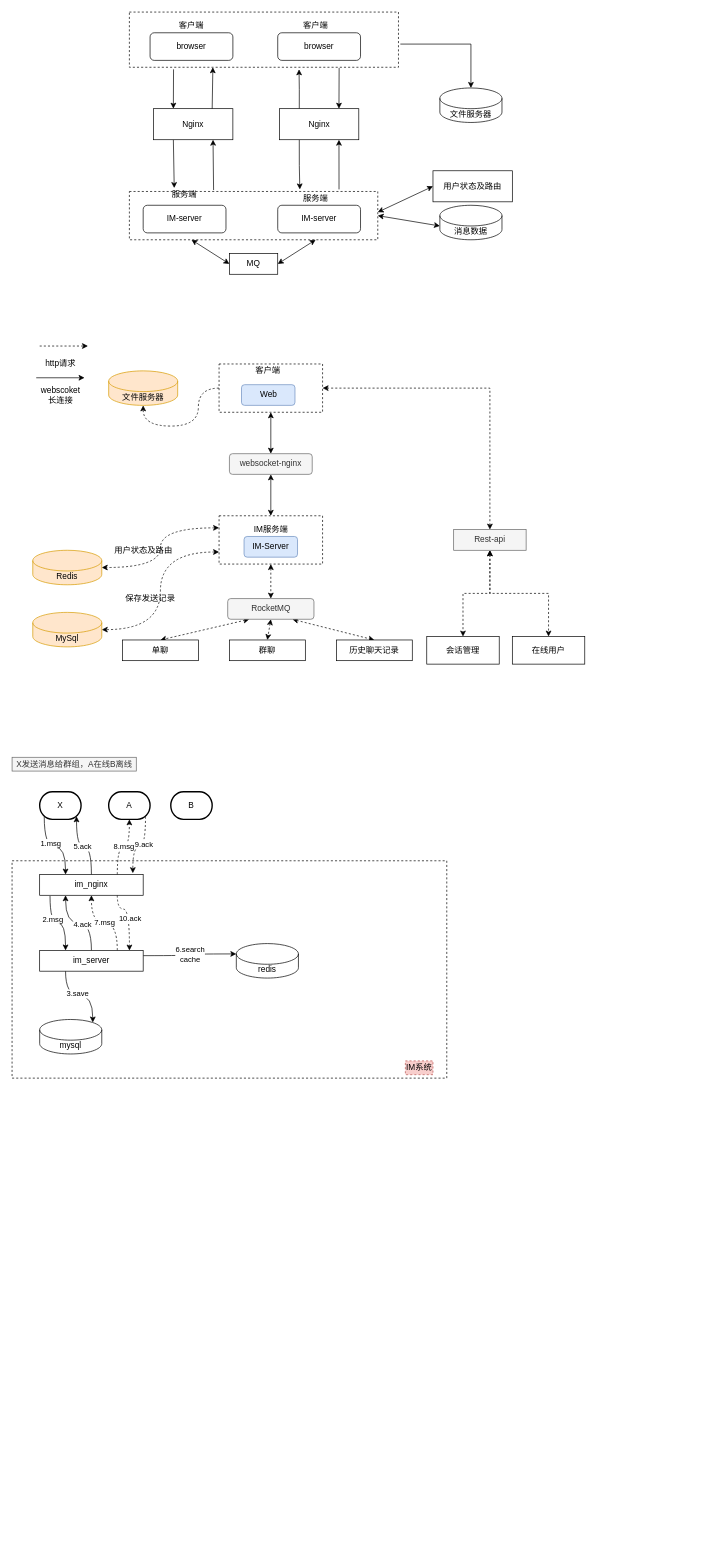
Above: draw/Untitled Diagram.drawio in ayuanjm/im (draw.io), before the change. Source tidied: cells renumbered, new cells numbered last; positions are measured from the earlier drawing's top-left corner, leaving out a move shared by most shapes. Both pictures are drawn from the tidied source at 69%, with x=0, y=0 at pixel (12, 12).
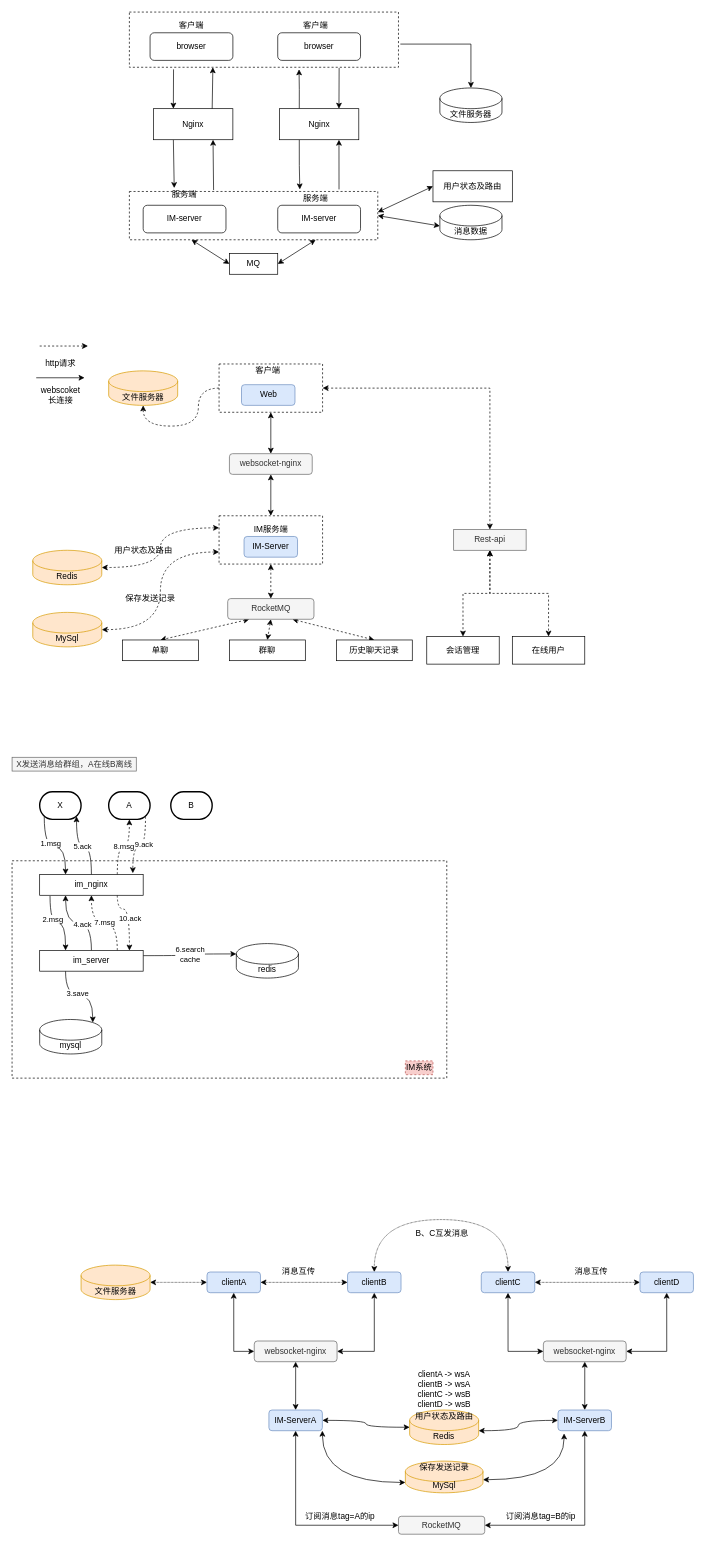
The same page after the edit.

Change to the diagram source:
```diff
@@
+    <mxCell id="93" style="edgeStyle=orthogonalEdgeStyle;curved=1;rounded=0;jettySize=auto;html=1;exitX=1;exitY=0.5;exitDx=0;exitDy=0;exitPerimeter=0;entryX=0;entryY=0.5;entryDx=0;entryDy=0;dashed=1;dashPattern=1 1;startArrow=classic;startFill=1;" parent="1" edge="1" source="94" target="97">
+      <mxGeometry relative="1" as="geometry" />
+    </mxCell>
+    <mxCell id="94" value="文件服务器" style="shape=cylinder3;whiteSpace=wrap;html=1;boundedLbl=1;backgroundOutline=1;size=15;strokeColor=#d79b00;strokeWidth=1;fillColor=#ffe6cc;" parent="1" vertex="1">
+      <mxGeometry x="100" y="1816" width="100" height="50" as="geometry" />
+    </mxCell>
+    <mxCell id="95" style="edgeStyle=orthogonalEdgeStyle;rounded=0;jettySize=auto;html=1;exitX=0.5;exitY=1;exitDx=0;exitDy=0;entryX=0;entryY=0.5;entryDx=0;entryDy=0;startArrow=classic;startFill=1;" parent="1" edge="1" source="97" target="100">
+      <mxGeometry relative="1" as="geometry" />
+    </mxCell>
+    <mxCell id="96" style="edgeStyle=orthogonalEdgeStyle;rounded=0;jettySize=auto;html=1;exitX=1;exitY=0.5;exitDx=0;exitDy=0;entryX=0;entryY=0.5;entryDx=0;entryDy=0;startArrow=classic;startFill=1;dashed=1;dashPattern=1 1;" parent="1" edge="1" source="97" target="115">
+      <mxGeometry relative="1" as="geometry" />
+    </mxCell>
+    <mxCell id="97" value="clientA" style="rounded=1;whiteSpace=wrap;html=1;strokeColor=#6c8ebf;strokeWidth=1;fillColor=#dae8fc;" parent="1" vertex="1">
+      <mxGeometry x="282.5" y="1826" width="77.5" height="30" as="geometry" />
+    </mxCell>
+    <mxCell id="98" style="edgeStyle=orthogonalEdgeStyle;rounded=0;jettySize=auto;html=1;exitX=1;exitY=0.5;exitDx=0;exitDy=0;entryX=0.5;entryY=1;entryDx=0;entryDy=0;startArrow=classic;startFill=1;" parent="1" edge="1" source="100" target="115">
+      <mxGeometry relative="1" as="geometry" />
+    </mxCell>
+    <mxCell id="99" style="edgeStyle=orthogonalEdgeStyle;rounded=0;jettySize=auto;html=1;exitX=0.5;exitY=1;exitDx=0;exitDy=0;entryX=0.5;entryY=0;entryDx=0;entryDy=0;startArrow=classic;startFill=1;" parent="1" edge="1" source="100" target="104">
+      <mxGeometry relative="1" as="geometry" />
+    </mxCell>
+    <mxCell id="100" value="websocket-nginx" style="rounded=1;whiteSpace=wrap;html=1;strokeColor=#666666;strokeWidth=1;fillColor=#f5f5f5;fontColor=#333333;" parent="1" vertex="1">
+      <mxGeometry x="351" y="1926" width="120" height="30" as="geometry" />
+    </mxCell>
+    <mxCell id="101" style="edgeStyle=orthogonalEdgeStyle;rounded=0;jettySize=auto;html=1;exitX=0.5;exitY=1;exitDx=0;exitDy=0;entryX=0;entryY=0.5;entryDx=0;entryDy=0;startArrow=classic;startFill=1;" parent="1" edge="1" source="104" target="106">
+      <mxGeometry relative="1" as="geometry" />
+    </mxCell>
+    <mxCell id="102" style="edgeStyle=orthogonalEdgeStyle;curved=1;rounded=0;jettySize=auto;html=1;exitX=1;exitY=0.5;exitDx=0;exitDy=0;startArrow=classic;startFill=1;" parent="1" edge="1" source="104" target="111">
+      <mxGeometry relative="1" as="geometry" />
+    </mxCell>
+    <mxCell id="103" style="edgeStyle=orthogonalEdgeStyle;curved=1;rounded=0;jettySize=auto;html=1;exitX=1;exitY=1;exitDx=0;exitDy=0;entryX=0;entryY=1;entryDx=0;entryDy=-15;entryPerimeter=0;startArrow=classic;startFill=1;" parent="1" edge="1" source="104" target="109">
+      <mxGeometry relative="1" as="geometry" />
+    </mxCell>
+    <mxCell id="104" value="IM-ServerA" style="rounded=1;whiteSpace=wrap;html=1;strokeColor=#6c8ebf;strokeWidth=1;fillColor=#dae8fc;" parent="1" vertex="1">
+      <mxGeometry x="372.2" y="2026" width="77.5" height="30" as="geometry" />
+    </mxCell>
+    <mxCell id="105" style="edgeStyle=orthogonalEdgeStyle;rounded=0;jettySize=auto;html=1;exitX=1;exitY=0.5;exitDx=0;exitDy=0;entryX=0.5;entryY=1;entryDx=0;entryDy=0;startArrow=classic;startFill=1;" parent="1" edge="1" source="106" target="123">
+      <mxGeometry relative="1" as="geometry" />
+    </mxCell>
+    <mxCell id="106" value="RocketMQ" style="rounded=1;whiteSpace=wrap;html=1;strokeColor=#666666;strokeWidth=1;fillColor=#f5f5f5;fontColor=#333333;" parent="1" vertex="1">
+      <mxGeometry x="560" y="2180" width="125" height="26" as="geometry" />
+    </mxCell>
+    <mxCell id="107" style="edgeStyle=none;rounded=0;orthogonalLoop=1;jettySize=auto;html=1;exitX=0;exitY=0;exitDx=0;exitDy=0;startArrow=classic;startFill=1;strokeColor=#000000;" parent="1" edge="1">
+      <mxGeometry relative="1" as="geometry">
+        <mxPoint x="590" y="2036" as="sourcePoint" />
+        <mxPoint x="590" y="2036" as="targetPoint" />
+      </mxGeometry>
+    </mxCell>
+    <mxCell id="108" style="edgeStyle=orthogonalEdgeStyle;curved=1;rounded=0;jettySize=auto;html=1;exitX=1;exitY=0;exitDx=0;exitDy=27;exitPerimeter=0;startArrow=classic;startFill=1;" parent="1" edge="1" source="109">
+      <mxGeometry relative="1" as="geometry">
+        <mxPoint x="800" y="2060" as="targetPoint" />
+      </mxGeometry>
+    </mxCell>
+    <mxCell id="109" value="MySql" style="shape=cylinder3;whiteSpace=wrap;html=1;boundedLbl=1;backgroundOutline=1;size=15;strokeColor=#d79b00;strokeWidth=1;fillColor=#ffe6cc;" parent="1" vertex="1">
+      <mxGeometry x="570" y="2100" width="112.5" height="46" as="geometry" />
+    </mxCell>
+    <mxCell id="110" style="edgeStyle=orthogonalEdgeStyle;curved=1;rounded=0;jettySize=auto;html=1;exitX=1;exitY=0;exitDx=0;exitDy=30;exitPerimeter=0;startArrow=classic;startFill=1;" parent="1" edge="1" source="111" target="123">
+      <mxGeometry relative="1" as="geometry" />
+    </mxCell>
+    <mxCell id="111" value="Redis" style="shape=cylinder3;whiteSpace=wrap;html=1;boundedLbl=1;backgroundOutline=1;size=15;strokeColor=#d79b00;strokeWidth=1;fillColor=#ffe6cc;" parent="1" vertex="1">
+      <mxGeometry x="576.2" y="2026" width="100" height="50" as="geometry" />
+    </mxCell>
+    <mxCell id="112" value="用户状态及路由" style="text;html=1;align=center;verticalAlign=middle;" parent="1" vertex="1">
+      <mxGeometry x="576.2" y="2026" width="100" height="20" as="geometry" />
+    </mxCell>
+    <mxCell id="113" value="保存发送记录" style="text;html=1;align=center;verticalAlign=middle;" parent="1" vertex="1">
+      <mxGeometry x="581.2" y="2100" width="90" height="20" as="geometry" />
+    </mxCell>
+    <mxCell id="114" style="edgeStyle=orthogonalEdgeStyle;rounded=0;jettySize=auto;html=1;exitX=0.5;exitY=0;exitDx=0;exitDy=0;entryX=0.5;entryY=0;entryDx=0;entryDy=0;startArrow=classic;startFill=1;curved=1;dashed=1;dashPattern=1 1;" parent="1" edge="1" source="115" target="118">
+      <mxGeometry relative="1" as="geometry">
+        <Array as="points">
+          <mxPoint x="525" y="1750" />
+          <mxPoint x="719" y="1750" />
+        </Array>
+      </mxGeometry>
+    </mxCell>
+    <mxCell id="115" value="clientB" style="rounded=1;whiteSpace=wrap;html=1;strokeColor=#6c8ebf;strokeWidth=1;fillColor=#dae8fc;" parent="1" vertex="1">
+      <mxGeometry x="486.2" y="1826" width="77.5" height="30" as="geometry" />
+    </mxCell>
+    <mxCell id="116" style="edgeStyle=orthogonalEdgeStyle;rounded=0;jettySize=auto;html=1;exitX=0.5;exitY=1;exitDx=0;exitDy=0;startArrow=classic;startFill=1;entryX=0;entryY=0.5;entryDx=0;entryDy=0;" parent="1" edge="1" source="118" target="122">
+      <mxGeometry relative="1" as="geometry" />
+    </mxCell>
+    <mxCell id="117" style="edgeStyle=orthogonalEdgeStyle;rounded=0;jettySize=auto;html=1;exitX=1;exitY=0.5;exitDx=0;exitDy=0;entryX=0;entryY=0.5;entryDx=0;entryDy=0;startArrow=classic;startFill=1;dashed=1;dashPattern=1 1;" parent="1" edge="1" source="118" target="120">
+      <mxGeometry relative="1" as="geometry" />
+    </mxCell>
+    <mxCell id="118" value="clientC" style="rounded=1;whiteSpace=wrap;html=1;strokeColor=#6c8ebf;strokeWidth=1;fillColor=#dae8fc;" parent="1" vertex="1">
+      <mxGeometry x="680" y="1826" width="77.5" height="30" as="geometry" />
+    </mxCell>
+    <mxCell id="119" style="edgeStyle=orthogonalEdgeStyle;rounded=0;jettySize=auto;html=1;exitX=0.5;exitY=1;exitDx=0;exitDy=0;entryX=1;entryY=0.5;entryDx=0;entryDy=0;startArrow=classic;startFill=1;" parent="1" edge="1" source="120" target="122">
+      <mxGeometry relative="1" as="geometry" />
+    </mxCell>
+    <mxCell id="120" value="clientD" style="rounded=1;whiteSpace=wrap;html=1;strokeColor=#6c8ebf;strokeWidth=1;fillColor=#dae8fc;" parent="1" vertex="1">
+      <mxGeometry x="910" y="1826" width="77.5" height="30" as="geometry" />
+    </mxCell>
+    <mxCell id="121" style="edgeStyle=orthogonalEdgeStyle;rounded=0;jettySize=auto;html=1;exitX=0.5;exitY=1;exitDx=0;exitDy=0;entryX=0.5;entryY=0;entryDx=0;entryDy=0;startArrow=classic;startFill=1;" parent="1" edge="1" source="122" target="123">
+      <mxGeometry relative="1" as="geometry" />
+    </mxCell>
+    <mxCell id="122" value="websocket-nginx" style="rounded=1;whiteSpace=wrap;html=1;strokeColor=#666666;strokeWidth=1;fillColor=#f5f5f5;fontColor=#333333;" parent="1" vertex="1">
+      <mxGeometry x="770" y="1926" width="120" height="30" as="geometry" />
+    </mxCell>
+    <mxCell id="123" value="IM-ServerB" style="rounded=1;whiteSpace=wrap;html=1;strokeColor=#6c8ebf;strokeWidth=1;fillColor=#dae8fc;" parent="1" vertex="1">
+      <mxGeometry x="791.2" y="2026" width="77.5" height="30" as="geometry" />
+    </mxCell>
+    <mxCell id="124" value="消息互传" style="text;html=1;align=center;verticalAlign=middle;strokeColor=none;" parent="1" vertex="1">
+      <mxGeometry x="385" y="1816" width="60" height="20" as="geometry" />
+    </mxCell>
+    <mxCell id="125" value="消息互传" style="text;html=1;align=center;verticalAlign=middle;strokeColor=none;" parent="1" vertex="1">
+      <mxGeometry x="808.8" y="1816" width="60" height="20" as="geometry" />
+    </mxCell>
+    <mxCell id="126" value="B、C互发消息" style="text;html=1;align=center;verticalAlign=middle;strokeColor=none;" parent="1" vertex="1">
+      <mxGeometry x="577.5" y="1760" width="90" height="20" as="geometry" />
+    </mxCell>
+    <mxCell id="127" value="clientA -&amp;gt; wsA&lt;br&gt;clientB -&amp;gt; wsA&lt;br&gt;clientC -&amp;gt; wsB&lt;br&gt;clientD -&amp;gt; wsB" style="text;html=1;align=center;verticalAlign=middle;strokeColor=none;" parent="1" vertex="1">
+      <mxGeometry x="581.2" y="1966" width="90" height="60" as="geometry" />
+    </mxCell>
+    <mxCell id="128" value="订阅消息tag=A的ip" style="text;html=1;align=center;verticalAlign=middle;strokeColor=none;" parent="1" vertex="1">
+      <mxGeometry x="415" y="2170" width="120" height="20" as="geometry" />
+    </mxCell>
+    <mxCell id="129" value="订阅消息tag=B的ip" style="text;html=1;align=center;verticalAlign=middle;strokeColor=none;" parent="1" vertex="1">
+      <mxGeometry x="706" y="2170" width="120" height="20" as="geometry" />
+    </mxCell>
```
